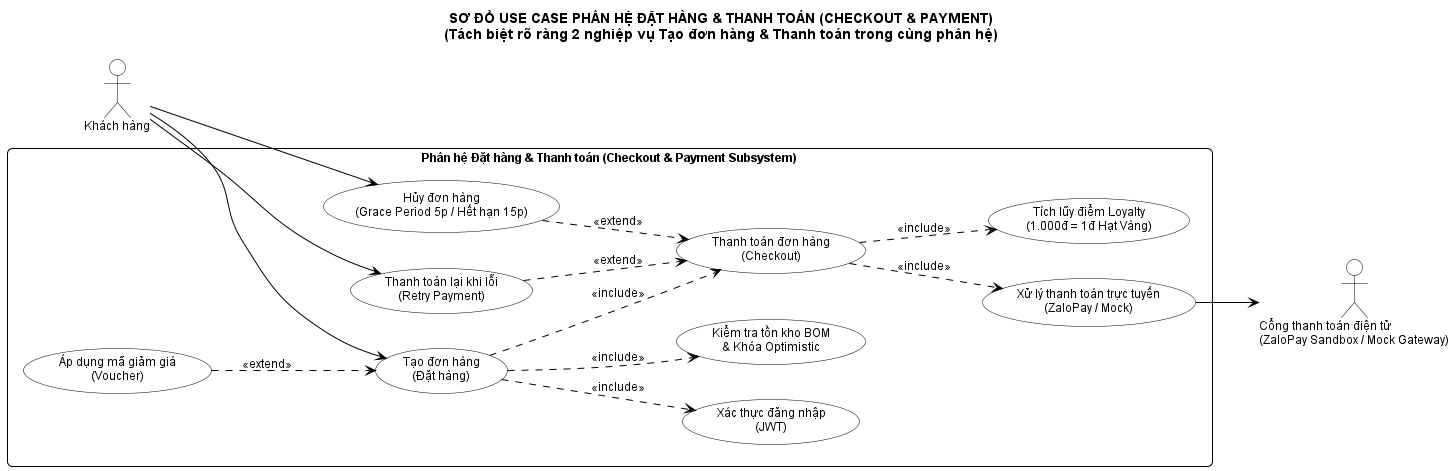
The PlantUML diagram docs/diagrams/checkout-use-case.png in MaGiaVy/BrewLite_project, before a commit. The source it was exported from:
```plantuml
@startuml
left to right direction
skinparam defaultFontName "Arial"
skinparam defaultFontSize 12
skinparam roundcorner 10

skinparam packageStyle rectangle
skinparam shadowing false
skinparam actor {
    BorderColor black
    BackgroundColor white
}
skinparam usecase {
    BorderColor black
    BackgroundColor white
    ArrowColor black
}
skinparam rectangle {
    BorderColor black
    BackgroundColor white
}

title SƠ ĐỒ USE CASE PHÂN HỆ ĐẶT HÀNG & THANH TOÁN (CHECKOUT & PAYMENT)\n(Tách biệt rõ ràng 2 nghiệp vụ Tạo đơn hàng & Thanh toán trong cùng phân hệ)

actor "Khách hàng" as Customer

rectangle "Phân hệ Đặt hàng & Thanh toán (Checkout & Payment Subsystem)" {

    usecase "Tạo đơn hàng\n(Đặt hàng)" as UC_CreateOrder

    usecase "Xác thực đăng nhập\n(JWT)" as UC_Auth
    usecase "Kiểm tra tồn kho BOM\n& Khóa Optimistic" as UC_Stock
    usecase "Áp dụng mã giảm giá\n(Voucher)" as UC_Voucher

    usecase "Thanh toán đơn hàng\n(Checkout)" as UC_Payment

    usecase "Xử lý thanh toán trực tuyến\n(ZaloPay / Mock)" as UC_ProcessPay
    usecase "Tích lũy điểm Loyalty\n(1.000đ = 1đ Hạt Vàng)" as UC_Loyalty
    usecase "Thanh toán lại khi lỗi\n(Retry Payment)" as UC_Retry
    usecase "Hủy đơn hàng\n(Grace Period 5p / Hết hạn 15p)" as UC_Cancel

    UC_CreateOrder ..> UC_Auth : <<include>>
    UC_CreateOrder ..> UC_Stock : <<include>>
    UC_Voucher ..> UC_CreateOrder : <<extend>>

    UC_CreateOrder ..> UC_Payment : <<include>>

    UC_Payment ..> UC_ProcessPay : <<include>>
    UC_Payment ..> UC_Loyalty : <<include>>
    UC_Retry ..> UC_Payment : <<extend>>
    UC_Cancel ..> UC_Payment : <<extend>>
}

actor "Cổng thanh toán điện tử\n(ZaloPay Sandbox / Mock Gateway)" as PaymentGateway

Customer --> UC_CreateOrder
Customer --> UC_Retry
Customer --> UC_Cancel

UC_ProcessPay --> PaymentGateway

@enduml
```
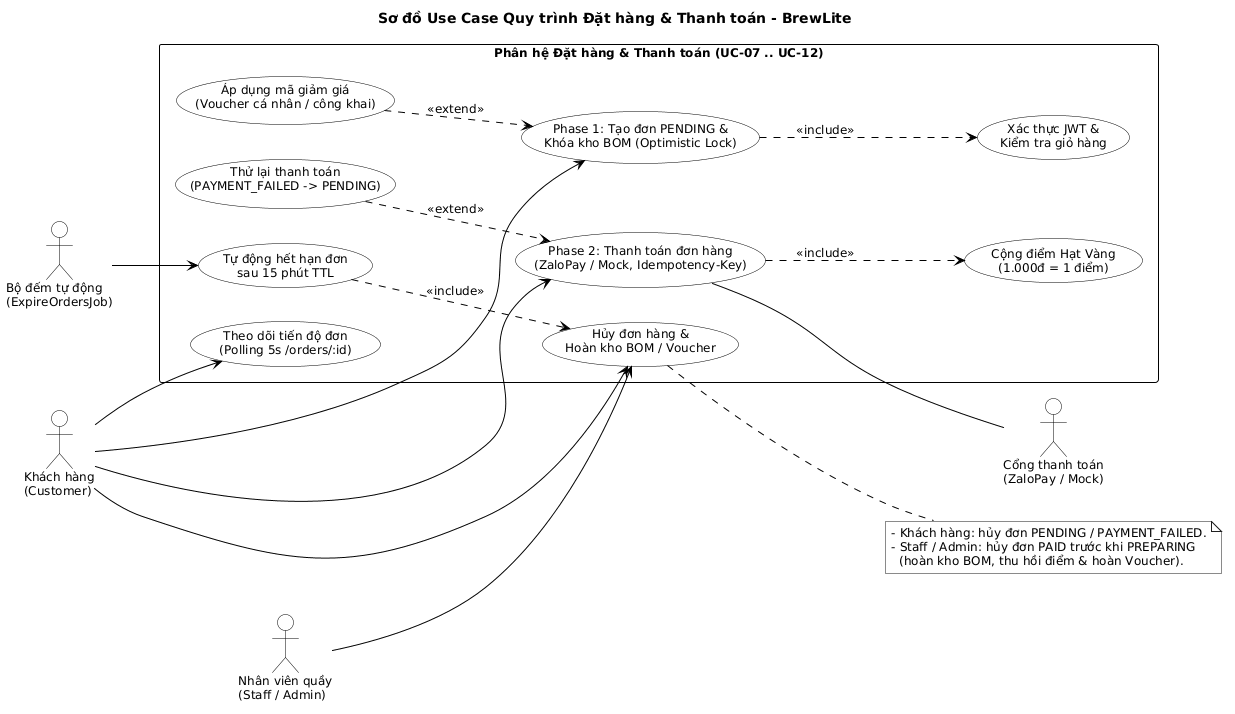
After the change.

What changed in the source:
```diff
@@ -1,62 +1,66 @@
 @startuml
 left to right direction
+skinparam monochrome true
+skinparam shadowing false
+skinparam backgroundColor #FFFFFF
 skinparam defaultFontName "Arial"
 skinparam defaultFontSize 12
-skinparam roundcorner 10
-
 skinparam packageStyle rectangle
-skinparam shadowing false
+skinparam ArrowColor #000000
 skinparam actor {
-    BorderColor black
-    BackgroundColor white
+  BackgroundColor #FFFFFF
+  BorderColor #000000
+  FontColor #000000
 }
 skinparam usecase {
-    BorderColor black
-    BackgroundColor white
-    ArrowColor black
+  BackgroundColor #FFFFFF
+  BorderColor #000000
+  FontColor #000000
 }
 skinparam rectangle {
-    BorderColor black
-    BackgroundColor white
+  BackgroundColor #FFFFFF
+  BorderColor #000000
+  FontColor #000000
 }
 
-title SƠ ĐỒ USE CASE PHÂN HỆ ĐẶT HÀNG & THANH TOÁN (CHECKOUT & PAYMENT)\n(Tách biệt rõ ràng 2 nghiệp vụ Tạo đơn hàng & Thanh toán trong cùng phân hệ)
+title Sơ đồ Use Case Quy trình Đặt hàng & Thanh toán - BrewLite
 
-actor "Khách hàng" as Customer
+actor "Khách hàng\n(Customer)" as Customer
+actor "Nhân viên quầy\n(Staff / Admin)" as Staff
+actor "Bộ đếm tự động\n(ExpireOrdersJob)" as Scheduler
+actor "Cổng thanh toán\n(ZaloPay / Mock)" as Gateway
 
-rectangle "Phân hệ Đặt hàng & Thanh toán (Checkout & Payment Subsystem)" {
-
-    usecase "Tạo đơn hàng\n(Đặt hàng)" as UC_CreateOrder
-
-    usecase "Xác thực đăng nhập\n(JWT)" as UC_Auth
-    usecase "Kiểm tra tồn kho BOM\n& Khóa Optimistic" as UC_Stock
-    usecase "Áp dụng mã giảm giá\n(Voucher)" as UC_Voucher
-
-    usecase "Thanh toán đơn hàng\n(Checkout)" as UC_Payment
-
-    usecase "Xử lý thanh toán trực tuyến\n(ZaloPay / Mock)" as UC_ProcessPay
-    usecase "Tích lũy điểm Loyalty\n(1.000đ = 1đ Hạt Vàng)" as UC_Loyalty
-    usecase "Thanh toán lại khi lỗi\n(Retry Payment)" as UC_Retry
-    usecase "Hủy đơn hàng\n(Grace Period 5p / Hết hạn 15p)" as UC_Cancel
-
-    UC_CreateOrder ..> UC_Auth : <<include>>
-    UC_CreateOrder ..> UC_Stock : <<include>>
-    UC_Voucher ..> UC_CreateOrder : <<extend>>
-
-    UC_CreateOrder ..> UC_Payment : <<include>>
-
-    UC_Payment ..> UC_ProcessPay : <<include>>
-    UC_Payment ..> UC_Loyalty : <<include>>
-    UC_Retry ..> UC_Payment : <<extend>>
-    UC_Cancel ..> UC_Payment : <<extend>>
+rectangle "Phân hệ Đặt hàng & Thanh toán (UC-07 .. UC-12)" {
+  usecase "Xác thực JWT &\nKiểm tra giỏ hàng" as UC_Auth
+  usecase "Áp dụng mã giảm giá\n(Voucher cá nhân / công khai)" as UC_Voucher
+  usecase "Phase 1: Tạo đơn PENDING &\nKhóa kho BOM (Optimistic Lock)" as UC_CreateOrder
+  usecase "Phase 2: Thanh toán đơn hàng\n(ZaloPay / Mock, Idempotency-Key)" as UC_Payment
+  usecase "Cộng điểm Hạt Vàng\n(1.000đ = 1 điểm)" as UC_Loyalty
+  usecase "Thử lại thanh toán\n(PAYMENT_FAILED -> PENDING)" as UC_Retry
+  usecase "Hủy đơn hàng &\nHoàn kho BOM / Voucher" as UC_Cancel
+  usecase "Tự động hết hạn đơn\nsau 15 phút TTL" as UC_Expire
+  usecase "Theo dõi tiến độ đơn\n(Polling 5s /orders/:id)" as UC_Track
 }
 
-actor "Cổng thanh toán điện tử\n(ZaloPay Sandbox / Mock Gateway)" as PaymentGateway
+Customer --> UC_CreateOrder
+Customer --> UC_Payment
+Customer --> UC_Cancel
+Customer --> UC_Track
 
-Customer --> UC_CreateOrder
-Customer --> UC_Retry
-Customer --> UC_Cancel
+Staff --> UC_Cancel
+Scheduler --> UC_Expire
+UC_Payment -- Gateway
 
-UC_ProcessPay --> PaymentGateway
+UC_CreateOrder ..> UC_Auth : <<include>>
+UC_Voucher ..> UC_CreateOrder : <<extend>>
+UC_Payment ..> UC_Loyalty : <<include>>
+UC_Retry ..> UC_Payment : <<extend>>
+UC_Expire ..> UC_Cancel : <<include>>
+
+note right of UC_Cancel
+  - Khách hàng: hủy đơn PENDING / PAYMENT_FAILED.
+  - Staff / Admin: hủy đơn PAID trước khi PREPARING
+    (hoàn kho BOM, thu hồi điểm & hoàn Voucher).
+end note
 
 @enduml
```
